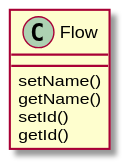
Above: docs/doxygen_docs/doxygen/inline_umlgraph_2.svg in Nefarious46/cfe_18 (PlantUML), before the change.
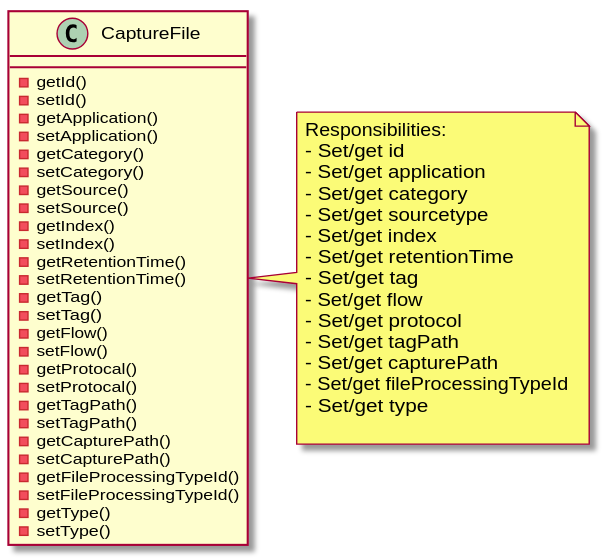
Above is the later version.

The edit, as a diff of the source:
```diff
@@ -1,8 +1,48 @@
 @startuml inline_umlgraph_2.svg
-class Flow{
-    setName()
-    getName()
-    setId()
-    getId()
-}
+class CaptureFile {
+- getId()
+- setId()
+- getApplication()
+- setApplication()
+- getCategory()
+- setCategory()
+- getSource()
+- setSource()
+- getIndex()
+- setIndex()
+- getRetentionTime()
+- setRetentionTime()
+- getTag()
+- setTag()
+- getFlow()
+- setFlow()
+- getProtocal()
+- setProtocal()
+- getTagPath()
+- setTagPath()
+- getCapturePath()
+- setCapturePath()
+- getFileProcessingTypeId()
+- setFileProcessingTypeId()
+- getType()
+- setType()
+
+ }
+note right of CaptureFile
+Responsibilities:
+- Set/get id
+- Set/get application
+- Set/get category
+- Set/get sourcetype
+- Set/get index
+- Set/get retentionTime
+- Set/get tag
+- Set/get flow
+- Set/get protocol
+- Set/get tagPath
+- Set/get capturePath
+- Set/get fileProcessingTypeId
+- Set/get type
+
+end note
 @enduml
```
